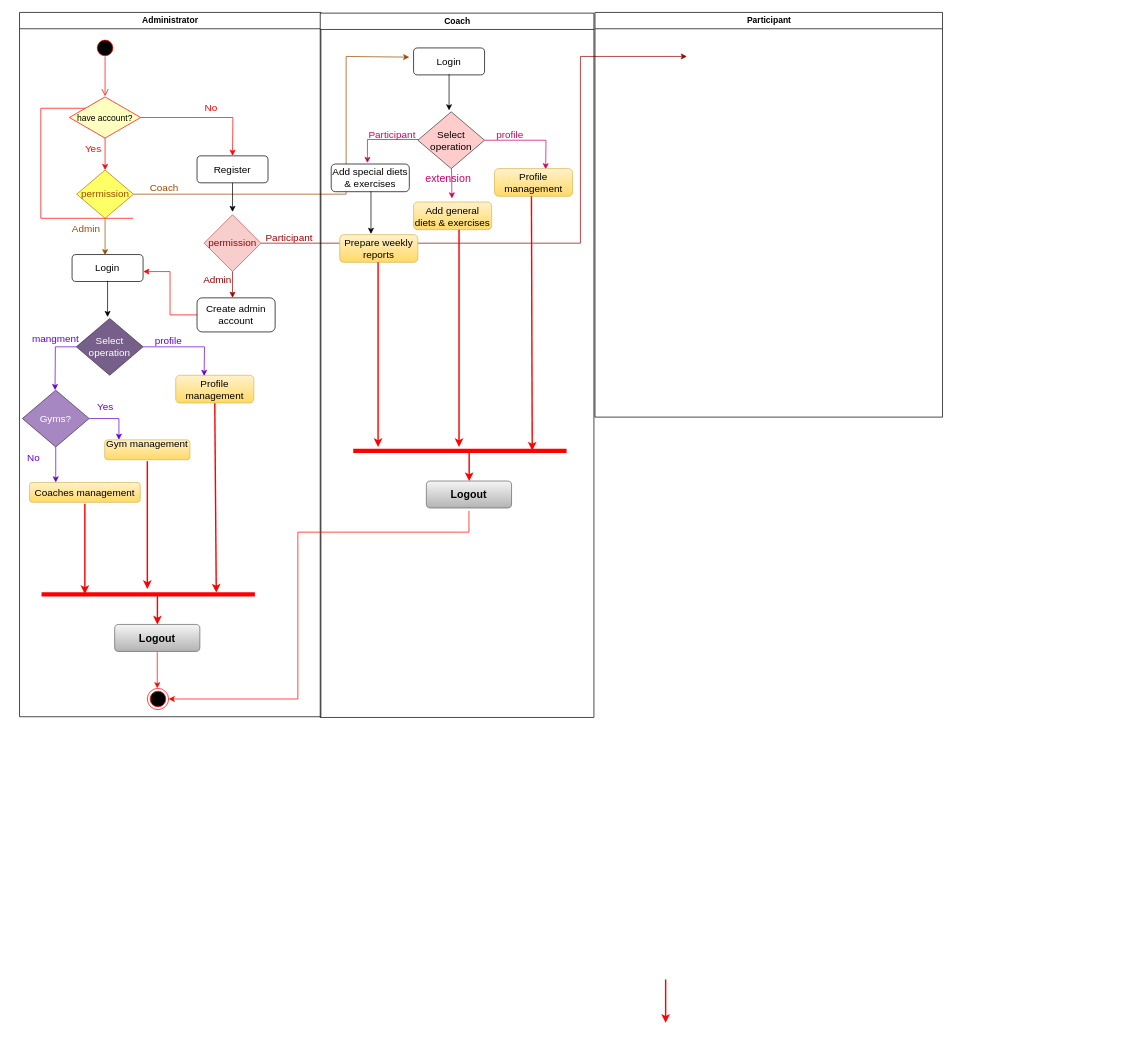
The draw.io diagram Gym Activity Diagram.drawio in doaa517/Diagrams, before the edit. Source tidied: cells renumbered, new cells numbered last; positions are measured from the earlier drawing's top-left corner, leaving out a move shared by most shapes. Both pictures are drawn from the tidied source at 71%, with x=0, y=0 at pixel (12, 12).
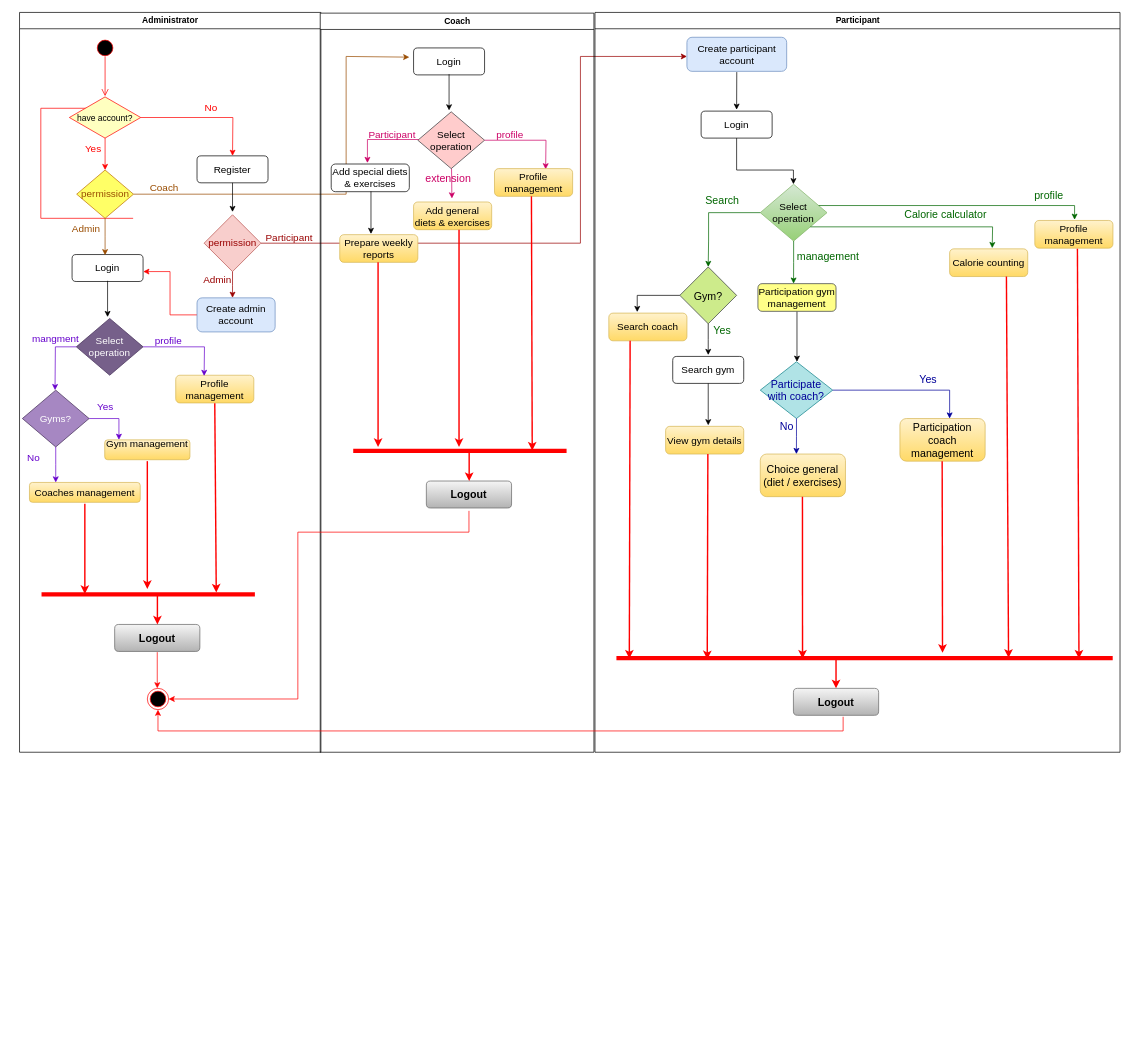
Above is the later version.

Change to the diagram source:
```diff
@@
     <mxCell id="5" value="Administrator" style="swimlane;whiteSpace=wrap;" parent="1" vertex="1">
-      <mxGeometry x="10" width="424.5" height="992" as="geometry" />
+      <mxGeometry x="10" width="424.5" height="1042" as="geometry" />
     </mxCell>
@@
-    <mxCell id="14" value="&lt;font color=&quot;#000000&quot;&gt;Create admin account&lt;br&gt;&lt;/font&gt;" style="rounded=1;whiteSpace=wrap;html=1;fontSize=14;" parent="5" vertex="1">
+    <mxCell id="14" value="&lt;font color=&quot;#000000&quot;&gt;Create admin account&lt;br&gt;&lt;/font&gt;" style="rounded=1;whiteSpace=wrap;html=1;fontSize=14;fillColor=#dae8fc;strokeColor=#6c8ebf;" parent="5" vertex="1">
       <mxGeometry x="250" y="402" width="110" height="48" as="geometry" />
     </mxCell>
@@
     <mxCell id="32" value="Coach" style="swimlane;whiteSpace=wrap;" parent="1" vertex="1">
-      <mxGeometry x="433.5" y="1" width="385.5" height="992" as="geometry" />
+      <mxGeometry x="433.5" y="1" width="385.5" height="1041" as="geometry" />
     </mxCell>
@@
     <mxCell id="50" value="Participant" style="swimlane;whiteSpace=wrap;" parent="1" vertex="1">
-      <mxGeometry x="820.5" width="489.5" height="570" as="geometry" />
+      <mxGeometry x="820.5" width="739.5" height="1042" as="geometry" />
     </mxCell>
+    <mxCell id="72" value="&lt;font color=&quot;#000000&quot;&gt;Create &lt;font style=&quot;font-size: 14px;&quot;&gt;participant&lt;/font&gt; account&lt;br&gt;&lt;/font&gt;" style="rounded=1;whiteSpace=wrap;html=1;fontSize=14;fillColor=#dae8fc;strokeColor=#6c8ebf;" parent="50" vertex="1">
+      <mxGeometry x="129.5" y="35" width="140.5" height="48" as="geometry" />
+    </mxCell>
+    <mxCell id="73" style="edgeStyle=orthogonalEdgeStyle;rounded=0;jettySize=auto;html=1;strokeColor=#000000;strokeWidth=1;fontSize=15;fontColor=#000000;" parent="50" edge="1" source="74">
+      <mxGeometry relative="1" as="geometry">
+        <mxPoint x="279.5" y="242" as="targetPoint" />
+        <Array as="points">
+          <mxPoint x="200" y="222" />
+          <mxPoint x="280" y="222" />
+        </Array>
+      </mxGeometry>
+    </mxCell>
+    <mxCell id="74" value="Login" style="rounded=1;whiteSpace=wrap;html=1;fontSize=14;fontColor=#000000;" parent="50" vertex="1">
+      <mxGeometry x="149.5" y="139" width="100" height="38" as="geometry" />
+    </mxCell>
+    <mxCell id="75" value="Select operation" style="rhombus;whiteSpace=wrap;html=1;fontSize=14;fillColor=#d5e8d4;strokeColor=#82b366;gradientColor=#97d077;" parent="50" vertex="1">
+      <mxGeometry x="232.8" y="242" width="94" height="80" as="geometry" />
+    </mxCell>
+    <mxCell id="76" value="&lt;font color=&quot;#006600&quot;&gt;profile&lt;/font&gt;" style="text;html=1;strokeColor=none;fillColor=none;align=center;verticalAlign=middle;whiteSpace=wrap;rounded=0;fontSize=15;fontColor=#000000;" parent="50" vertex="1">
+      <mxGeometry x="609.5" y="242" width="60" height="30" as="geometry" />
+    </mxCell>
+    <mxCell id="77" value="&lt;p&gt;&lt;span&gt;Profile management&lt;/span&gt;&lt;/p&gt;" style="rounded=1;whiteSpace=wrap;html=1;fontSize=14;fillColor=#fff2cc;gradientColor=#ffd966;strokeColor=#d6b656;" parent="50" vertex="1">
+      <mxGeometry x="619.5" y="293" width="110" height="39" as="geometry" />
+    </mxCell>
+    <mxCell id="78" style="endArrow=classic;html=1;rounded=0;strokeColor=#006600;strokeWidth=1;fontSize=15;fontColor=#006600;exitX=1;exitY=1;exitDx=0;exitDy=0;edgeStyle=orthogonalEdgeStyle;" parent="50" edge="1" source="75">
+      <mxGeometry relative="1" as="geometry">
+        <mxPoint x="559.5" y="332" as="targetPoint" />
+      </mxGeometry>
+    </mxCell>
+    <mxCell id="79" value="Calorie calculator" style="text;html=1;strokeColor=none;fillColor=none;align=center;verticalAlign=middle;whiteSpace=wrap;rounded=0;fontSize=15;fontColor=#006600;" parent="50" vertex="1">
+      <mxGeometry x="418.5" y="268.5" width="150.5" height="30" as="geometry" />
+    </mxCell>
+    <mxCell id="80" value="&lt;p&gt;&lt;span&gt;Calorie counting&lt;/span&gt;&lt;/p&gt;" style="rounded=1;whiteSpace=wrap;html=1;fontSize=14;fillColor=#fff2cc;gradientColor=#ffd966;strokeColor=#d6b656;" parent="50" vertex="1">
+      <mxGeometry x="499.5" y="333" width="110" height="39" as="geometry" />
+    </mxCell>
+    <mxCell id="81" value="&lt;span&gt;management&lt;/span&gt;" style="text;html=1;strokeColor=none;fillColor=none;align=center;verticalAlign=middle;whiteSpace=wrap;rounded=0;fontSize=15;fontColor=#006600;" parent="50" vertex="1">
+      <mxGeometry x="298.5" y="328" width="60" height="30" as="geometry" />
+    </mxCell>
+    <mxCell id="82" value="&lt;span&gt;Participation gym management &lt;/span&gt;" style="rounded=1;whiteSpace=wrap;html=1;fontSize=14;fillColor=#ffff88;strokeColor=#36393d;" parent="50" vertex="1">
+      <mxGeometry x="229.5" y="382" width="110" height="39" as="geometry" />
+    </mxCell>
+    <mxCell id="83" value="&lt;font color=&quot;#000099&quot;&gt;Participate with coach?&lt;br&gt;&lt;/font&gt;" style="rhombus;whiteSpace=wrap;html=1;fontSize=15;fillColor=#b0e3e6;strokeColor=#0e8088;" parent="50" vertex="1">
+      <mxGeometry x="232.8" y="492" width="102" height="80" as="geometry" />
+    </mxCell>
+    <mxCell id="84" value="Yes" style="text;html=1;strokeColor=none;fillColor=none;align=center;verticalAlign=middle;whiteSpace=wrap;rounded=0;fontSize=15;fontColor=#000099;" parent="50" vertex="1">
+      <mxGeometry x="439.5" y="502" width="60" height="30" as="geometry" />
+    </mxCell>
+    <mxCell id="85" value="No" style="text;html=1;strokeColor=none;fillColor=none;align=center;verticalAlign=middle;whiteSpace=wrap;rounded=0;fontSize=15;fontColor=#000099;" parent="50" vertex="1">
+      <mxGeometry x="240.5" y="567" width="60" height="30" as="geometry" />
+    </mxCell>
+    <mxCell id="86" value="&lt;span&gt;Participation coach management &lt;/span&gt;" style="rounded=1;whiteSpace=wrap;html=1;fontSize=15;fillColor=#fff2cc;strokeColor=#d6b656;gradientColor=#ffd966;" parent="50" vertex="1">
+      <mxGeometry x="429.5" y="572" width="120" height="60" as="geometry" />
+    </mxCell>
+    <mxCell id="87" value="Choice general (diet / exercises)" style="rounded=1;whiteSpace=wrap;html=1;fontSize=15;fillColor=#fff2cc;strokeColor=#d6b656;gradientColor=#ffd966;" parent="50" vertex="1">
+      <mxGeometry x="232.8" y="622" width="120" height="60" as="geometry" />
+    </mxCell>
+    <mxCell id="88" value="&lt;font color=&quot;#006600&quot;&gt;Search&lt;/font&gt;" style="text;html=1;strokeColor=none;fillColor=none;align=center;verticalAlign=middle;whiteSpace=wrap;rounded=0;fontSize=15;fontColor=#000000;" parent="50" vertex="1">
+      <mxGeometry x="149.5" y="248.5" width="60" height="30" as="geometry" />
+    </mxCell>
+    <mxCell id="89" value="Gym?" style="rhombus;whiteSpace=wrap;html=1;fontSize=15;fillColor=#cdeb8b;strokeColor=#36393d;" parent="50" vertex="1">
+      <mxGeometry x="119.5" y="358.5" width="80" height="80" as="geometry" />
+    </mxCell>
+    <mxCell id="90" style="edgeStyle=orthogonalEdgeStyle;rounded=0;jettySize=auto;html=1;strokeColor=#006600;strokeWidth=1;fontSize=15;fontColor=#000000;" parent="50" edge="1" source="75">
+      <mxGeometry relative="1" as="geometry">
+        <mxPoint x="675.5" y="292" as="targetPoint" />
+        <Array as="points">
+          <mxPoint x="675" y="272" />
+        </Array>
+      </mxGeometry>
+    </mxCell>
+    <mxCell id="91" style="edgeStyle=orthogonalEdgeStyle;rounded=0;jettySize=auto;html=1;strokeColor=#006600;strokeWidth=1;fontSize=15;fontColor=#006600;entryX=0.5;entryY=0;entryDx=0;entryDy=0;" parent="50" edge="1" source="75" target="89">
+      <mxGeometry relative="1" as="geometry">
+        <Array as="points">
+          <mxPoint x="160" y="282" />
+          <mxPoint x="160" y="322" />
+        </Array>
+      </mxGeometry>
+    </mxCell>
+    <mxCell id="92" value="&lt;p&gt;&lt;span&gt;Search gym&lt;/span&gt;&lt;/p&gt;" style="rounded=1;whiteSpace=wrap;html=1;fontSize=14;fontColor=#000000;" parent="50" vertex="1">
+      <mxGeometry x="109.5" y="484.5" width="100" height="38" as="geometry" />
+    </mxCell>
+    <mxCell id="93" value="View &lt;span&gt;gym &lt;/span&gt;details" style="rounded=1;whiteSpace=wrap;html=1;fontSize=14;fillColor=#fff2cc;gradientColor=#ffd966;strokeColor=#d6b656;" parent="50" vertex="1">
+      <mxGeometry x="99.5" y="583" width="110" height="39" as="geometry" />
+    </mxCell>
+    <mxCell id="94" value="Yes" style="text;html=1;strokeColor=none;fillColor=none;align=center;verticalAlign=middle;whiteSpace=wrap;rounded=0;fontSize=15;fontColor=#006600;" parent="50" vertex="1">
+      <mxGeometry x="149.5" y="432.5" width="60" height="30" as="geometry" />
+    </mxCell>
+    <mxCell id="95" value="Search &lt;span&gt;coach&lt;/span&gt;" style="rounded=1;whiteSpace=wrap;html=1;fontSize=14;fillColor=#fff2cc;gradientColor=#ffd966;strokeColor=#d6b656;" parent="50" vertex="1">
+      <mxGeometry x="19.5" y="423.5" width="110" height="39" as="geometry" />
+    </mxCell>
+    <mxCell id="96" style="rounded=0;jettySize=auto;html=1;strokeColor=#FF0000;fontSize=14;fontColor=#6600CC;strokeWidth=2;entryX=0.068;entryY=0.467;entryDx=0;entryDy=0;entryPerimeter=0;" parent="50" edge="1" target="101">
+      <mxGeometry relative="1" as="geometry">
+        <mxPoint x="679.5" y="333" as="sourcePoint" />
+      </mxGeometry>
+    </mxCell>
+    <mxCell id="97" style="rounded=0;jettySize=auto;html=1;strokeColor=#FF0000;fontSize=14;fontColor=#6600CC;strokeWidth=2;exitX=0.582;exitY=1;exitDx=0;exitDy=0;exitPerimeter=0;entryX=0.974;entryY=0.467;entryDx=0;entryDy=0;entryPerimeter=0;" parent="50" edge="1" target="101">
+      <mxGeometry relative="1" as="geometry">
+        <mxPoint x="49.5" y="462.5" as="sourcePoint" />
+      </mxGeometry>
+    </mxCell>
+    <mxCell id="98" style="rounded=0;jettySize=auto;html=1;strokeColor=#FF0000;fontSize=14;fontColor=#6600CC;strokeWidth=2;exitX=0.582;exitY=1;exitDx=0;exitDy=0;exitPerimeter=0;entryX=0.817;entryY=0.4;entryDx=0;entryDy=0;entryPerimeter=0;" parent="50" edge="1" target="101">
+      <mxGeometry relative="1" as="geometry">
+        <mxPoint x="159" y="622" as="sourcePoint" />
+      </mxGeometry>
+    </mxCell>
+    <mxCell id="99" style="rounded=0;jettySize=auto;html=1;strokeColor=#FF0000;fontSize=14;fontColor=#6600CC;strokeWidth=2;exitX=0.582;exitY=1;exitDx=0;exitDy=0;exitPerimeter=0;entryX=0.625;entryY=0.467;entryDx=0;entryDy=0;entryPerimeter=0;" parent="50" edge="1" target="101">
+      <mxGeometry relative="1" as="geometry">
+        <mxPoint x="292.2" y="682" as="sourcePoint" />
+      </mxGeometry>
+    </mxCell>
+    <mxCell id="100" style="rounded=0;orthogonalLoop=1;jettySize=auto;html=1;strokeColor=#FF0000;fontSize=14;fontColor=#6600CC;strokeWidth=2;exitX=0.582;exitY=1;exitDx=0;exitDy=0;exitPerimeter=0;" parent="50" edge="1">
+      <mxGeometry relative="1" as="geometry">
+        <mxPoint x="489" y="632" as="sourcePoint" />
+        <mxPoint x="489.5" y="902" as="targetPoint" />
+      </mxGeometry>
+    </mxCell>
+    <mxCell id="101" style="shape=line;strokeWidth=6;strokeColor=#ff0000;rotation=-180;" parent="50" vertex="1">
+      <mxGeometry x="30.2" y="902" width="699" height="15" as="geometry" />
+    </mxCell>
+    <mxCell id="102" style="edgeStyle=none;rounded=0;orthogonalLoop=1;jettySize=auto;html=1;strokeColor=#FF0000;fontSize=14;fontColor=#6600CC;strokeWidth=2;" parent="50" edge="1">
+      <mxGeometry relative="1" as="geometry">
+        <mxPoint x="339.5" y="909.5" as="sourcePoint" />
+        <mxPoint x="339.5" y="952" as="targetPoint" />
+      </mxGeometry>
+    </mxCell>
+    <mxCell id="103" style="rounded=0;orthogonalLoop=1;jettySize=auto;html=1;strokeColor=#FF0000;fontSize=14;fontColor=#6600CC;strokeWidth=2;entryX=0.068;entryY=0.467;entryDx=0;entryDy=0;entryPerimeter=0;" parent="50" edge="1">
+      <mxGeometry relative="1" as="geometry">
+        <mxPoint x="579.5" y="372" as="sourcePoint" />
+        <mxPoint x="582.5" y="909" as="targetPoint" />
+      </mxGeometry>
+    </mxCell>
+    <mxCell id="104" value="&lt;b&gt;&lt;font style=&quot;font-size: 15px;&quot;&gt;Logout&lt;/font&gt;&lt;/b&gt;" style="rounded=1;whiteSpace=wrap;html=1;fontSize=14;fillColor=#f5f5f5;gradientColor=#b3b3b3;strokeColor=#666666;" parent="50" vertex="1">
+      <mxGeometry x="279.5" y="952" width="120" height="38" as="geometry" />
+    </mxCell>
@@
-    <mxCell id="67" style="edgeStyle=none;rounded=0;orthogonalLoop=1;jettySize=auto;html=1;strokeColor=#FF0000;strokeWidth=2;fontSize=15;fontColor=#6600CC;" parent="1" edge="1">
-      <mxGeometry relative="1" as="geometry">
-        <mxPoint x="920" y="1362" as="sourcePoint" />
-        <mxPoint x="920" y="1423" as="targetPoint" />
-      </mxGeometry>
-    </mxCell>
@@
+    <mxCell id="105" style="rounded=0;orthogonalLoop=1;jettySize=auto;html=1;strokeColor=#000000;strokeWidth=1;fontSize=15;fontColor=#000000;" parent="1" edge="1">
+      <mxGeometry relative="1" as="geometry">
+        <mxPoint x="1020.2" y="84" as="sourcePoint" />
+        <mxPoint x="1020" y="137" as="targetPoint" />
+      </mxGeometry>
+    </mxCell>
+    <mxCell id="106" style="edgeStyle=orthogonalEdgeStyle;rounded=0;jettySize=auto;html=1;strokeColor=#006600;strokeWidth=1;fontSize=15;fontColor=#006600;" parent="1" edge="1" source="75">
+      <mxGeometry relative="1" as="geometry">
+        <mxPoint x="1100.2" y="382" as="targetPoint" />
+      </mxGeometry>
+    </mxCell>
+    <mxCell id="107" style="edgeStyle=orthogonalEdgeStyle;rounded=0;orthogonalLoop=1;jettySize=auto;html=1;strokeColor=#000000;strokeWidth=1;fontSize=15;fontColor=#006600;" parent="1" edge="1">
+      <mxGeometry relative="1" as="geometry">
+        <mxPoint x="1105" y="421.5" as="sourcePoint" />
+        <mxPoint x="1105" y="492" as="targetPoint" />
+      </mxGeometry>
+    </mxCell>
+    <mxCell id="108" style="edgeStyle=orthogonalEdgeStyle;rounded=0;jettySize=auto;html=1;strokeColor=#000099;strokeWidth=1;fontSize=15;fontColor=#000099;" parent="1" edge="1" source="83">
+      <mxGeometry relative="1" as="geometry">
+        <mxPoint x="1320" y="572" as="targetPoint" />
+        <Array as="points">
+          <mxPoint x="1320" y="532" />
+        </Array>
+      </mxGeometry>
+    </mxCell>
+    <mxCell id="109" style="edgeStyle=orthogonalEdgeStyle;rounded=0;jettySize=auto;html=1;strokeColor=#000099;strokeWidth=1;fontSize=15;fontColor=#000099;" parent="1" edge="1" source="83">
+      <mxGeometry relative="1" as="geometry">
+        <mxPoint x="1104.2" y="622" as="targetPoint" />
+      </mxGeometry>
+    </mxCell>
+    <mxCell id="110" style="edgeStyle=orthogonalEdgeStyle;rounded=0;jettySize=auto;html=1;strokeColor=#000000;strokeWidth=1;fontSize=15;fontColor=#006600;" parent="1" edge="1" source="89">
+      <mxGeometry relative="1" as="geometry">
+        <mxPoint x="980" y="482.5" as="targetPoint" />
+      </mxGeometry>
+    </mxCell>
+    <mxCell id="111" style="edgeStyle=orthogonalEdgeStyle;rounded=0;orthogonalLoop=1;jettySize=auto;html=1;strokeColor=#000000;strokeWidth=1;fontSize=15;fontColor=#006600;" parent="1" edge="1">
+      <mxGeometry relative="1" as="geometry">
+        <mxPoint x="980" y="522.5" as="sourcePoint" />
+        <mxPoint x="980" y="581.5" as="targetPoint" />
+      </mxGeometry>
+    </mxCell>
+    <mxCell id="112" style="rounded=0;jettySize=auto;html=1;strokeColor=#000000;strokeWidth=1;fontSize=15;fontColor=#006600;exitX=0;exitY=0.5;exitDx=0;exitDy=0;edgeStyle=orthogonalEdgeStyle;" parent="1" edge="1" source="89">
+      <mxGeometry relative="1" as="geometry">
+        <mxPoint x="880" y="422" as="targetPoint" />
+        <Array as="points">
+          <mxPoint x="880" y="399" />
+        </Array>
+      </mxGeometry>
+    </mxCell>
+    <mxCell id="113" style="edgeStyle=orthogonalEdgeStyle;rounded=0;orthogonalLoop=1;jettySize=auto;html=1;strokeColor=#FF0000;strokeWidth=1;fontSize=15;fontColor=#006600;" parent="1" edge="1">
+      <mxGeometry relative="1" as="geometry">
+        <mxPoint x="1170" y="992" as="sourcePoint" />
+        <mxPoint x="205" y="982" as="targetPoint" />
+        <Array as="points">
+          <mxPoint x="1160" y="1012" />
+          <mxPoint x="205" y="1012" />
+          <mxPoint x="205" y="985" />
+        </Array>
+      </mxGeometry>
+    </mxCell>
```
